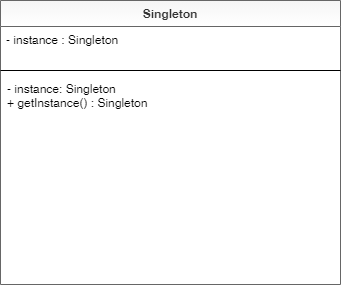
Before: creational/singleton/Singleton Diagram.png, a diagram exported from draw.io (Yaltaphil/patterns). Source tidied: cells renumbered, new cells last; positions are measured from the earlier drawing's top-left corner, leaving out a move shared by most shapes.
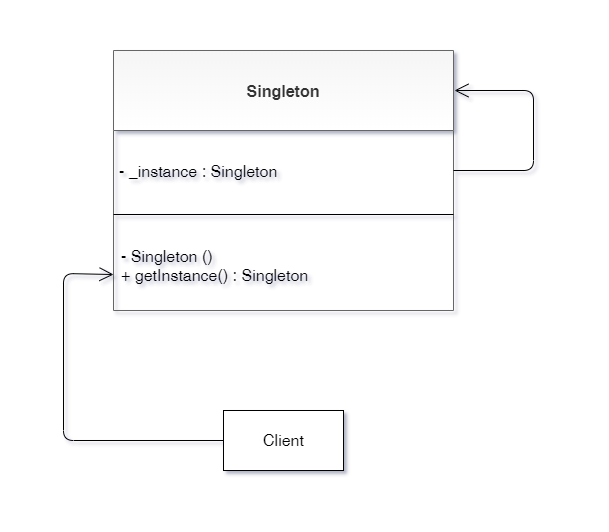
The same file after the commit.

What changed in the source:
```diff
@@ -1,18 +1,38 @@
-<mxGraphModel>
+<mxGraphModel shadow="1">
   <root>
     <mxCell id="0" />
     <mxCell id="1" parent="0" />
-    <mxCell id="2" value="Singleton" style="swimlane;fontStyle=1;align=center;verticalAlign=top;horizontal=1;startSize=26;fillColor=#f5f5f5;strokeColor=#666666;fontColor=#333333;gradientColor=#ffffff;fontSize=12;" parent="1" vertex="1">
-      <mxGeometry width="340" height="284" as="geometry" />
+    <mxCell id="2" value="Singleton" style="swimlane;fontStyle=1;align=center;verticalAlign=middle;horizontal=1;startSize=80;fillColor=#f5f5f5;strokeColor=#666666;fontColor=#333333;gradientColor=#ffffff;fontSize=16;" parent="1" vertex="1">
+      <mxGeometry width="340" height="260" as="geometry" />
     </mxCell>
-    <mxCell id="3" value="- instance : Singleton" style="text;strokeColor=none;fillColor=none;align=left;verticalAlign=top;spacingLeft=4;spacingRight=4;overflow=hidden;points=[[0,0.5],[1,0.5]];portConstraint=eastwest;fontSize=12;" parent="2" vertex="1">
-      <mxGeometry y="26" width="340" height="40" as="geometry" />
+    <mxCell id="3" value="- _instance : Singleton" style="text;strokeColor=none;fillColor=none;align=left;verticalAlign=middle;spacingLeft=4;spacingRight=4;overflow=hidden;points=[[0,0.5],[1,0.5]];portConstraint=eastwest;fontSize=16;" parent="2" vertex="1">
+      <mxGeometry y="80" width="340" height="80" as="geometry" />
     </mxCell>
-    <mxCell id="4" style="line;strokeWidth=1;fillColor=none;align=left;verticalAlign=middle;spacingTop=-1;spacingLeft=3;spacingRight=3;labelPosition=right;fontSize=12;" parent="2" vertex="1">
-      <mxGeometry y="66" width="340" height="8" as="geometry" />
+    <mxCell id="4" style="line;strokeWidth=1;fillColor=none;align=left;verticalAlign=middle;spacingTop=-1;spacingLeft=3;spacingRight=3;labelPosition=right;fontSize=16;" parent="2" vertex="1">
+      <mxGeometry y="160" width="340" height="8" as="geometry" />
     </mxCell>
-    <mxCell id="5" value="- instance: Singleton&#10;+ getInstance() : Singleton " style="text;strokeColor=none;fillColor=none;align=left;verticalAlign=top;spacingLeft=4;spacingRight=4;overflow=hidden;fontSize=12;spacing=3;" parent="2" vertex="1">
-      <mxGeometry y="74" width="340" height="210" as="geometry" />
-    </mxCell>
+    <mxCell id="6" value="- Singleton ()&#10;+ getInstance() : Singleton " style="text;strokeColor=none;fillColor=none;align=left;verticalAlign=middle;spacingLeft=4;spacingRight=4;overflow=hidden;points=[[0,0.5],[1,0.5]];portConstraint=eastwest;fontSize=16;spacing=4;spacingTop=0;" parent="2" vertex="1">
+      <mxGeometry y="168" width="340" height="92" as="geometry" />
+    </mxCell>
+    <mxCell id="7" value="Client" style="html=1;fontSize=16;" parent="1" vertex="1">
+      <mxGeometry x="110" y="360" width="120" height="60" as="geometry" />
+    </mxCell>
+    <mxCell id="8" style="endArrow=open;endFill=1;endSize=12;html=1;exitX=1;exitY=0.5;exitDx=0;exitDy=0;fontSize=16;" parent="1" edge="1" source="3">
+      <mxGeometry relative="1" as="geometry">
+        <mxPoint x="341" y="40" as="targetPoint" />
+        <Array as="points">
+          <mxPoint x="420" y="120" />
+          <mxPoint x="420" y="40" />
+        </Array>
+      </mxGeometry>
+    </mxCell>
+    <mxCell id="9" style="endArrow=open;endFill=1;endSize=12;html=1;exitX=0;exitY=0.5;exitDx=0;exitDy=0;fontSize=16;entryX=0;entryY=0.609;entryDx=0;entryDy=0;entryPerimeter=0;" parent="1" edge="1" source="7" target="6">
+      <mxGeometry relative="1" as="geometry">
+        <Array as="points">
+          <mxPoint x="-50" y="390" />
+          <mxPoint x="-50" y="223" />
+        </Array>
+      </mxGeometry>
+    </mxCell>
   </root>
 </mxGraphModel>
```
